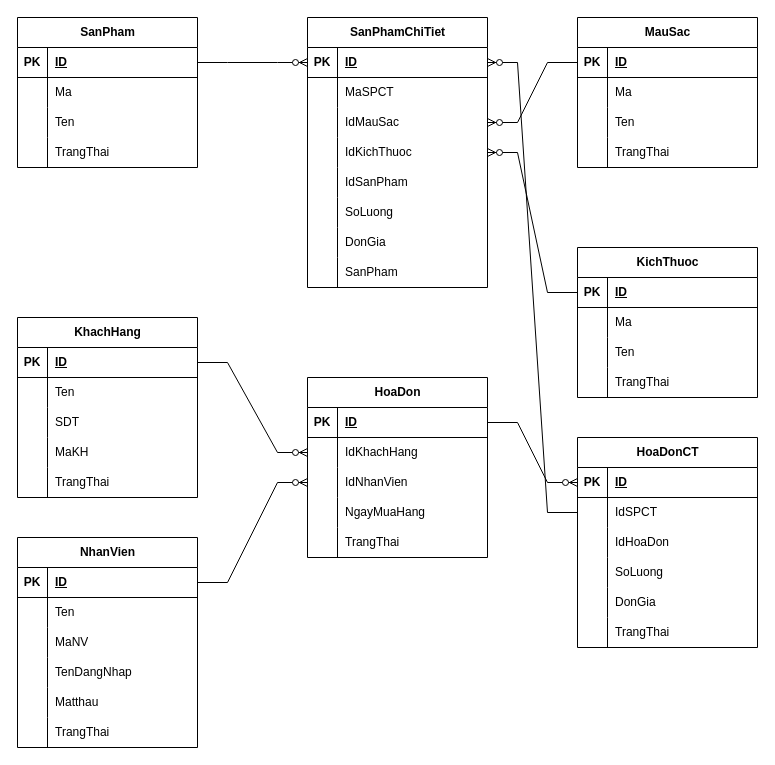
haodev1202/drawIO keeps this draw.io diagram as QuanLiCuaHangQuanAo.drawio. Above is the earlier version. Source tidied: cells renumbered, new cells numbered last; positions are measured from the earlier drawing's top-left corner, leaving out a move shared by most shapes. Both pictures are drawn from the tidied source at 100%, with x=0, y=0 at pixel (17, 17).
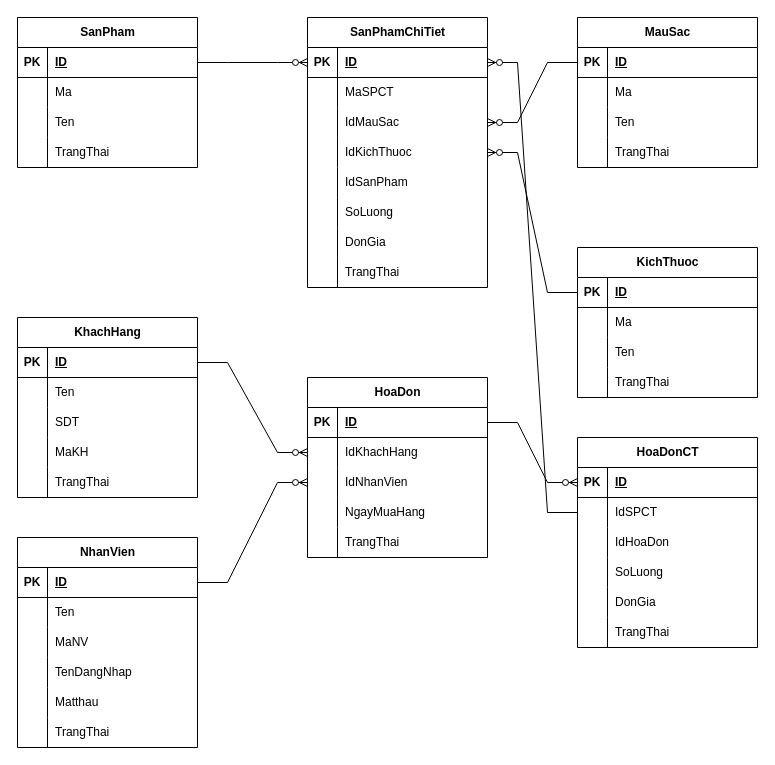
The same page after the edit.

Unchanged cells that the change refers to:
```xml
<mxCell id="37" style="shape=tableRow;horizontal=0;startSize=0;swimlaneHead=0;swimlaneBody=0;fillColor=none;top=0;left=0;right=0;bottom=0;" parent="15" vertex="1">
  <mxGeometry y="240" width="180" height="30" as="geometry" />
</mxCell>
```

The edit, as a diff of the source:
```diff
@@
-    <mxCell id="39" value="SanPham" style="shape=partialRectangle;fillColor=none;top=0;left=0;bottom=0;right=0;align=left;spacingLeft=6;overflow=hidden;whiteSpace=wrap;html=1;" parent="37" vertex="1">
+    <mxCell id="39" value="TrangThai" style="shape=partialRectangle;fillColor=none;top=0;left=0;bottom=0;right=0;align=left;spacingLeft=6;overflow=hidden;whiteSpace=wrap;html=1;" parent="37" vertex="1">
       <mxGeometry x="30" width="150" height="30" as="geometry" />
     </mxCell>
```
